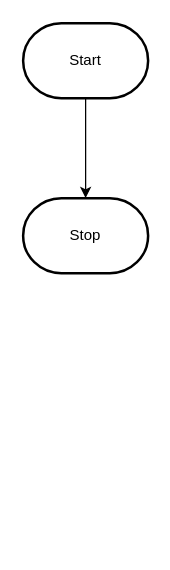
Earlier version of the draw.io diagram design/flowchart.drawio (MTHS-ICD2O-1-2023/ICD2O-Unit-6-02-Adam-Batiuk). Source tidied: cells renumbered, new cells numbered last; positions are measured from the earlier drawing's top-left corner, leaving out a move shared by most shapes. Both pictures are drawn from the tidied source at 125%, with x=0, y=0 at pixel (22, 22).
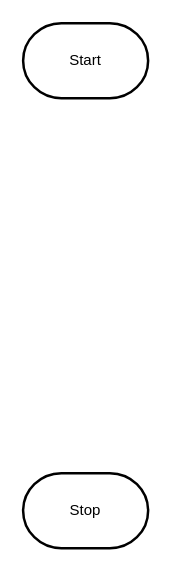
The same diagram, later.

Change to the diagram source:
```diff
@@
 <mxGraphModel>
   <root>
     <mxCell id="0" />
     <mxCell id="1" parent="0" />
-    <mxCell id="2" style="edgeStyle=orthogonalEdgeStyle;html=1;rounded=0;" parent="1" edge="1" source="3" target="4">
-      <mxGeometry relative="1" as="geometry" />
-    </mxCell>
     <mxCell id="3" value="Start" style="strokeWidth=2;html=1;shape=mxgraph.flowchart.terminator;whiteSpace=wrap;" parent="1" vertex="1">
       <mxGeometry width="100" height="60" as="geometry" />
     </mxCell>
     <mxCell id="4" value="Stop" style="strokeWidth=2;html=1;shape=mxgraph.flowchart.terminator;whiteSpace=wrap;" parent="1" vertex="1">
-      <mxGeometry y="140" width="100" height="60" as="geometry" />
+      <mxGeometry y="360" width="100" height="60" as="geometry" />
     </mxCell>
   </root>
 </mxGraphModel>
```
